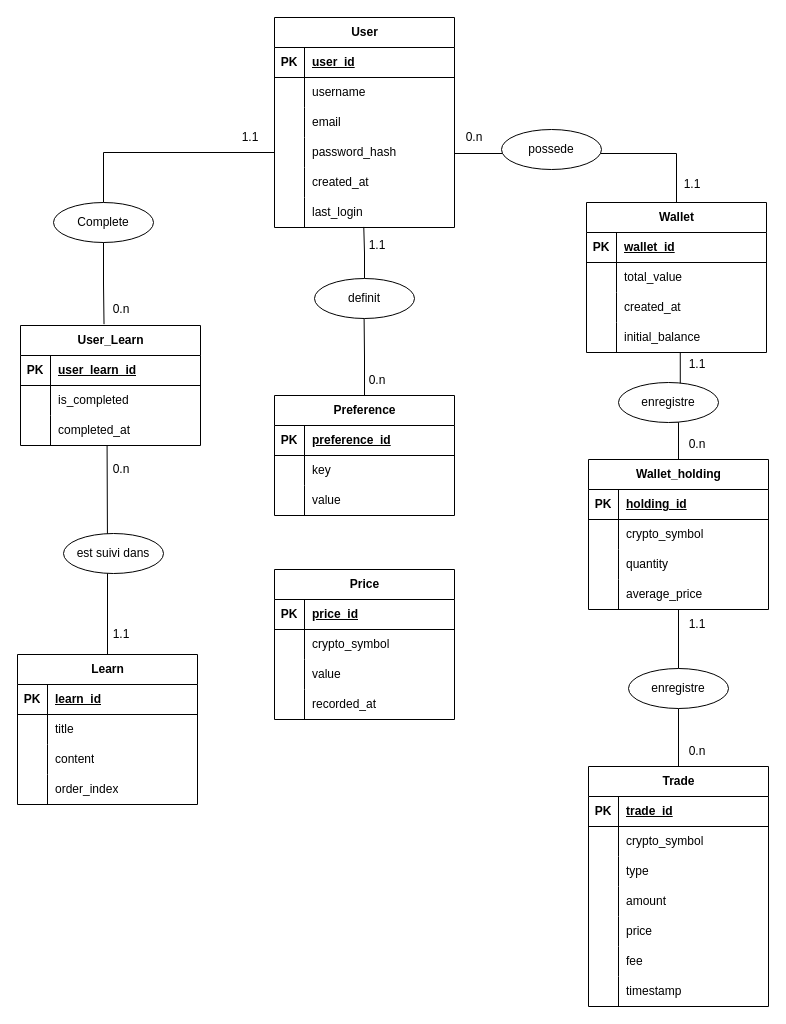
This is Documents/MCD.drawio from SkyBlyvion/BlockLumen, a draw.io file, before an edit. Source tidied: cells renumbered, new cells numbered last; positions are measured from the earlier drawing's top-left corner, leaving out a move shared by most shapes. Both pictures are drawn from the tidied source at 100%, with x=0, y=0 at pixel (17, 17).
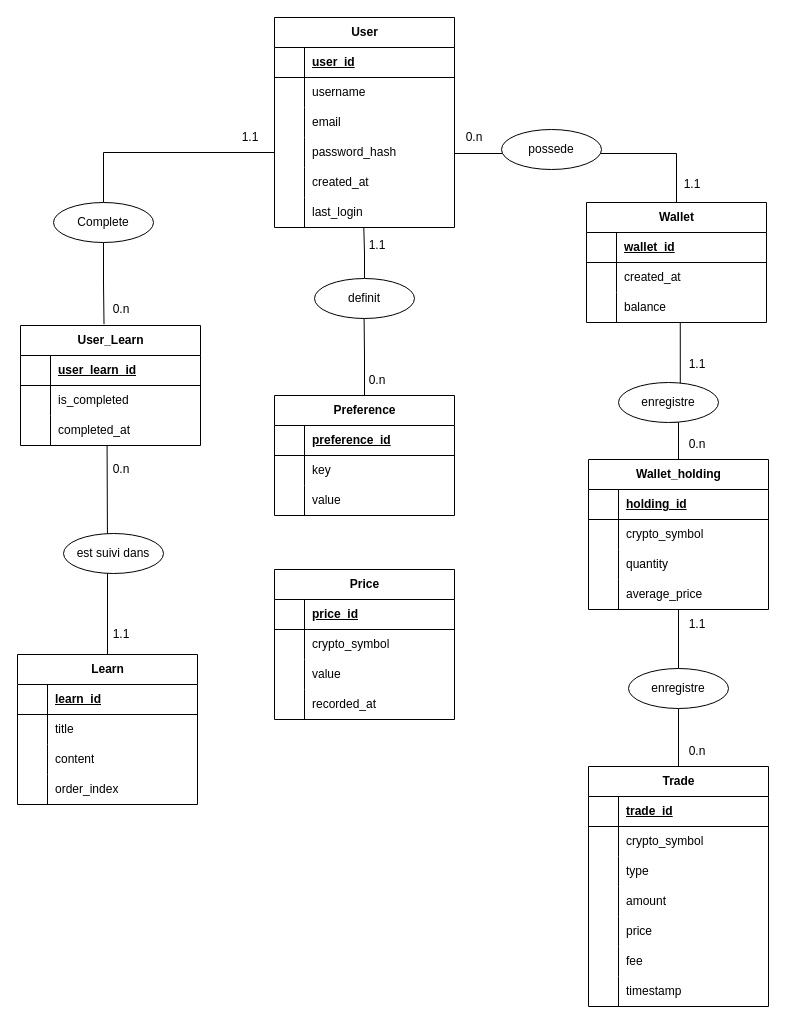
After the change.

The change refers to these unchanged cells:
```xml
<mxCell id="3" style="shape=tableRow;horizontal=0;startSize=0;swimlaneHead=0;swimlaneBody=0;fillColor=none;top=0;left=0;right=0;bottom=1;" parent="2" vertex="1">
  <mxGeometry y="30" width="180" height="30" as="geometry" />
</mxCell>
<mxCell id="22" style="shape=tableRow;horizontal=0;startSize=0;swimlaneHead=0;swimlaneBody=0;fillColor=none;top=0;left=0;right=0;bottom=1;" parent="21" vertex="1">
  <mxGeometry y="30" width="180" height="30" as="geometry" />
</mxCell>
<mxCell id="35" style="shape=tableRow;horizontal=0;startSize=0;swimlaneHead=0;swimlaneBody=0;fillColor=none;top=0;left=0;right=0;bottom=1;" parent="34" vertex="1">
  <mxGeometry y="30" width="180" height="30" as="geometry" />
</mxCell>
<mxCell id="57" style="shape=tableRow;horizontal=0;startSize=0;swimlaneHead=0;swimlaneBody=0;fillColor=none;top=0;left=0;right=0;bottom=1;" parent="56" vertex="1">
  <mxGeometry y="30" width="180" height="30" as="geometry" />
</mxCell>
<mxCell id="70" style="shape=tableRow;horizontal=0;startSize=0;swimlaneHead=0;swimlaneBody=0;fillColor=none;top=0;left=0;right=0;bottom=1;" parent="69" vertex="1">
  <mxGeometry y="30" width="180" height="30" as="geometry" />
</mxCell>
<mxCell id="83" style="shape=tableRow;horizontal=0;startSize=0;swimlaneHead=0;swimlaneBody=0;fillColor=none;top=0;left=0;right=0;bottom=1;" parent="82" vertex="1">
  <mxGeometry y="30" width="180" height="30" as="geometry" />
</mxCell>
<mxCell id="101" style="shape=tableRow;horizontal=0;startSize=0;swimlaneHead=0;swimlaneBody=0;fillColor=none;top=0;left=0;right=0;bottom=1;" parent="100" vertex="1">
  <mxGeometry y="30" width="180" height="30" as="geometry" />
</mxCell>
<mxCell id="118" style="shape=tableRow;horizontal=0;startSize=0;swimlaneHead=0;swimlaneBody=0;fillColor=none;top=0;left=0;right=0;bottom=1;" parent="117" vertex="1">
  <mxGeometry y="30" width="180" height="30" as="geometry" />
</mxCell>
```

Diff of the diagram source:
```diff
@@
-    <mxCell id="4" value="PK" style="shape=partialRectangle;fillColor=none;top=0;left=0;bottom=0;right=0;fontStyle=1;overflow=hidden;whiteSpace=wrap;html=1;" parent="3" vertex="1">
+    <mxCell id="4" style="shape=partialRectangle;fillColor=none;top=0;left=0;bottom=0;right=0;fontStyle=1;overflow=hidden;whiteSpace=wrap;html=1;" parent="3" vertex="1">
       <mxGeometry width="30" height="30" as="geometry" />
     </mxCell>
@@
     <mxCell id="21" value="Wallet" style="shape=table;startSize=30;childLayout=tableLayout;rowLines=0;fontStyle=1;align=center;html=1;" parent="1" vertex="1">
-      <mxGeometry x="569" y="185" width="180" height="150" as="geometry" />
+      <mxGeometry x="569" y="185" width="180" height="120" as="geometry" />
     </mxCell>
@@
-    <mxCell id="23" value="PK" style="shape=partialRectangle;fillColor=none;top=0;left=0;bottom=0;right=0;fontStyle=1;overflow=hidden;whiteSpace=wrap;html=1;" parent="22" vertex="1">
+    <mxCell id="23" style="shape=partialRectangle;fillColor=none;top=0;left=0;bottom=0;right=0;fontStyle=1;overflow=hidden;whiteSpace=wrap;html=1;" parent="22" vertex="1">
       <mxGeometry width="30" height="30" as="geometry" />
     </mxCell>
@@
-    <mxCell id="25" style="shape=tableRow;horizontal=0;startSize=0;swimlaneHead=0;swimlaneBody=0;fillColor=none;top=0;left=0;right=0;bottom=0;" parent="21" vertex="1">
-      <mxGeometry y="60" width="180" height="30" as="geometry" />
-    </mxCell>
-    <mxCell id="26" style="shape=partialRectangle;fillColor=none;top=0;left=0;bottom=0;right=0;overflow=hidden;whiteSpace=wrap;html=1;" parent="25" vertex="1">
-      <mxGeometry width="30" height="30" as="geometry" />
-    </mxCell>
-    <mxCell id="27" value="total_value&amp;nbsp;" style="shape=partialRectangle;fillColor=none;top=0;left=0;bottom=0;right=0;align=left;spacingLeft=6;overflow=hidden;whiteSpace=wrap;html=1;" parent="25" vertex="1">
-      <mxGeometry x="30" width="150" height="30" as="geometry" />
-    </mxCell>
     <mxCell id="28" style="shape=tableRow;horizontal=0;startSize=0;swimlaneHead=0;swimlaneBody=0;fillColor=none;top=0;left=0;right=0;bottom=0;" parent="21" vertex="1">
-      <mxGeometry y="90" width="180" height="30" as="geometry" />
+      <mxGeometry y="60" width="180" height="30" as="geometry" />
     </mxCell>
@@
     <mxCell id="31" style="shape=tableRow;horizontal=0;startSize=0;swimlaneHead=0;swimlaneBody=0;fillColor=none;points=[[0,0.5],[1,0.5]];portConstraint=eastwest;top=0;left=0;right=0;bottom=0;" parent="21" vertex="1">
-      <mxGeometry y="120" width="180" height="30" as="geometry" />
+      <mxGeometry y="90" width="180" height="30" as="geometry" />
     </mxCell>
@@
-    <mxCell id="33" value="initial_balance" style="shape=partialRectangle;fillColor=none;top=0;left=0;bottom=0;right=0;align=left;spacingLeft=6;overflow=hidden;whiteSpace=wrap;html=1;" parent="31" vertex="1">
+    <mxCell id="33" value="balance" style="shape=partialRectangle;fillColor=none;top=0;left=0;bottom=0;right=0;align=left;spacingLeft=6;overflow=hidden;whiteSpace=wrap;html=1;" parent="31" vertex="1">
       <mxGeometry x="30" width="150" height="30" as="geometry" />
     </mxCell>
@@
-    <mxCell id="36" value="PK" style="shape=partialRectangle;fillColor=none;top=0;left=0;bottom=0;right=0;fontStyle=1;overflow=hidden;whiteSpace=wrap;html=1;" parent="35" vertex="1">
+    <mxCell id="36" style="shape=partialRectangle;fillColor=none;top=0;left=0;bottom=0;right=0;fontStyle=1;overflow=hidden;whiteSpace=wrap;html=1;" parent="35" vertex="1">
       <mxGeometry width="30" height="30" as="geometry" />
     </mxCell>
@@
-    <mxCell id="58" value="PK" style="shape=partialRectangle;fillColor=none;top=0;left=0;bottom=0;right=0;fontStyle=1;overflow=hidden;whiteSpace=wrap;html=1;" parent="57" vertex="1">
+    <mxCell id="58" style="shape=partialRectangle;fillColor=none;top=0;left=0;bottom=0;right=0;fontStyle=1;overflow=hidden;whiteSpace=wrap;html=1;" parent="57" vertex="1">
       <mxGeometry width="30" height="30" as="geometry" />
     </mxCell>
@@
-    <mxCell id="71" value="PK" style="shape=partialRectangle;fillColor=none;top=0;left=0;bottom=0;right=0;fontStyle=1;overflow=hidden;whiteSpace=wrap;html=1;" parent="70" vertex="1">
+    <mxCell id="71" style="shape=partialRectangle;fillColor=none;top=0;left=0;bottom=0;right=0;fontStyle=1;overflow=hidden;whiteSpace=wrap;html=1;" parent="70" vertex="1">
       <mxGeometry width="30" height="30" as="geometry" />
     </mxCell>
@@
-    <mxCell id="84" value="PK" style="shape=partialRectangle;fillColor=none;top=0;left=0;bottom=0;right=0;fontStyle=1;overflow=hidden;whiteSpace=wrap;html=1;" parent="83" vertex="1">
+    <mxCell id="84" style="shape=partialRectangle;fillColor=none;top=0;left=0;bottom=0;right=0;fontStyle=1;overflow=hidden;whiteSpace=wrap;html=1;" parent="83" vertex="1">
       <mxGeometry width="30" height="30" as="geometry" />
     </mxCell>
@@
-    <mxCell id="102" value="PK" style="shape=partialRectangle;fillColor=none;top=0;left=0;bottom=0;right=0;fontStyle=1;overflow=hidden;whiteSpace=wrap;html=1;" parent="101" vertex="1">
+    <mxCell id="102" style="shape=partialRectangle;fillColor=none;top=0;left=0;bottom=0;right=0;fontStyle=1;overflow=hidden;whiteSpace=wrap;html=1;" parent="101" vertex="1">
       <mxGeometry width="30" height="30" as="geometry" />
     </mxCell>
@@
-    <mxCell id="119" value="PK" style="shape=partialRectangle;fillColor=none;top=0;left=0;bottom=0;right=0;fontStyle=1;overflow=hidden;whiteSpace=wrap;html=1;" parent="118" vertex="1">
+    <mxCell id="119" style="shape=partialRectangle;fillColor=none;top=0;left=0;bottom=0;right=0;fontStyle=1;overflow=hidden;whiteSpace=wrap;html=1;" parent="118" vertex="1">
       <mxGeometry width="30" height="30" as="geometry" />
     </mxCell>
```
